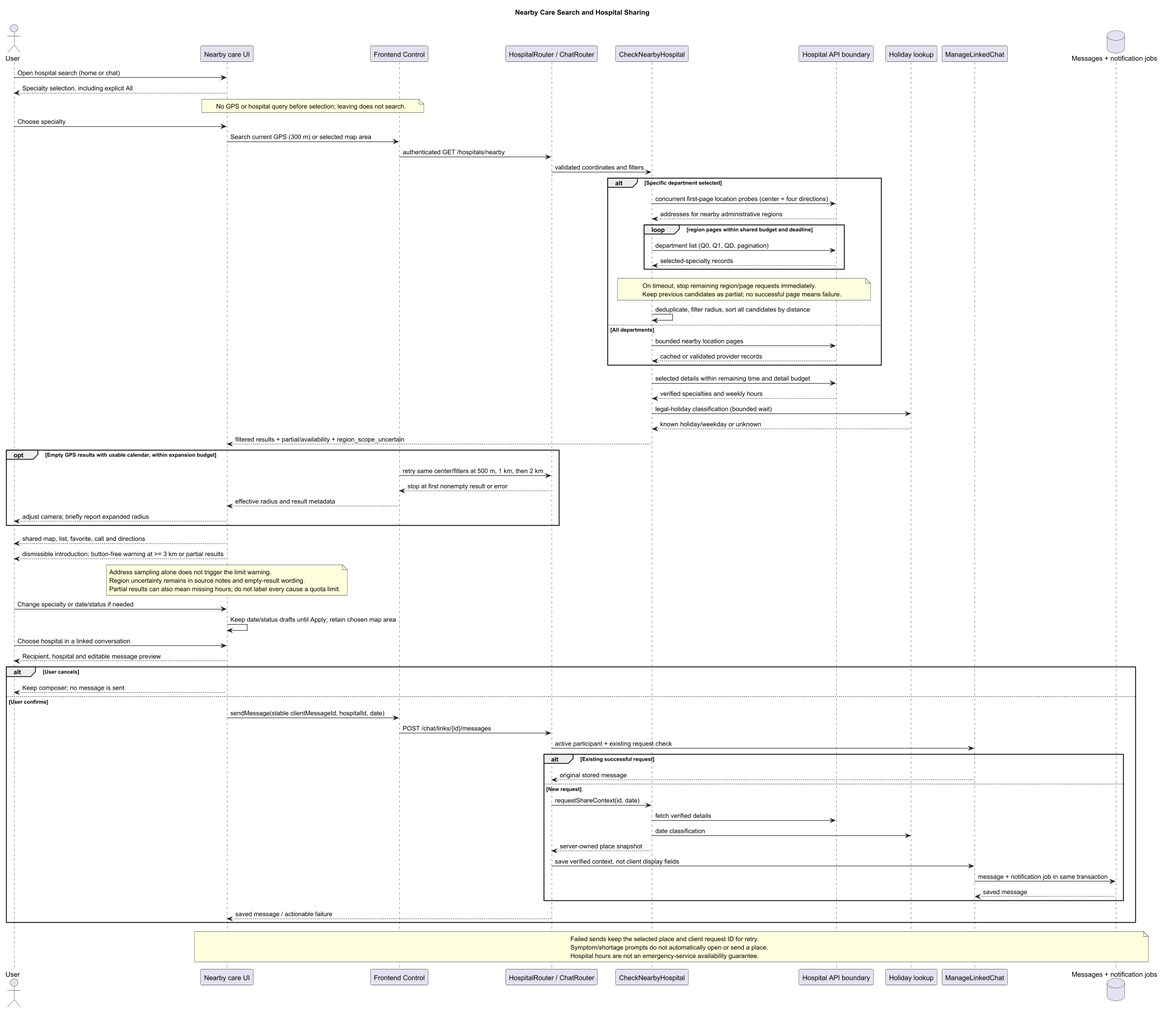
This is docs/UML/sequence/NearbyCareSharing.png from 1window2/MedBuddy, a PlantUML export, as it was before one commit.
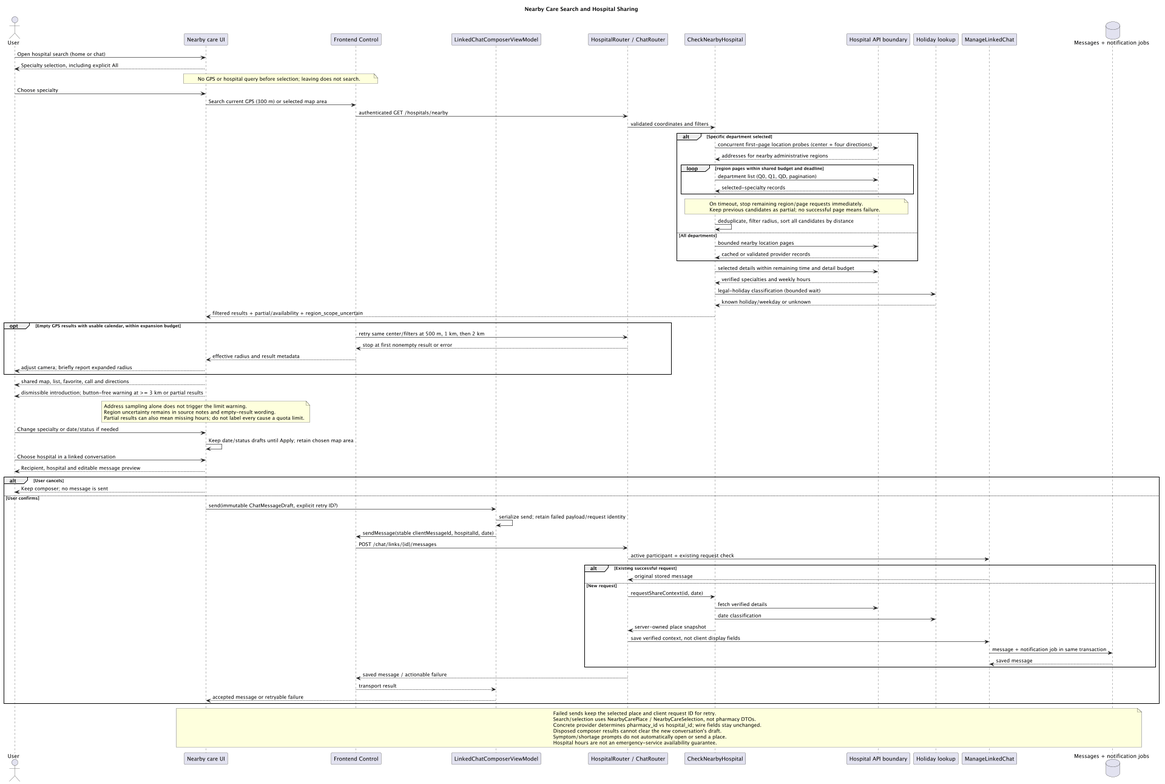
Later version of the same file.

Change to the diagram source:
```diff
@@ -6,6 +6,7 @@
 actor User
 participant "Nearby care UI" as UI
 participant "Frontend Control" as FC
+participant "LinkedChatComposerViewModel" as Composer
 participant "HospitalRouter / ChatRouter" as API
 participant "CheckNearbyHospital" as HC
 participant "Hospital API boundary" as HB
@@ -64,7 +65,9 @@
 alt User cancels
   UI --> User : Keep composer; no message is sent
 else User confirms
-  UI -> FC : sendMessage(stable clientMessageId, hospitalId, date)
+  UI -> Composer : send(immutable ChatMessageDraft, explicit retry ID?)
+  Composer -> Composer : serialize send; retain failed payload/request identity
+  Composer -> FC : sendMessage(stable clientMessageId, hospitalId, date)
   FC -> API : POST /chat/links/{id}/messages
   API -> Chat : active participant + existing request check
   alt Existing successful request
@@ -78,10 +81,15 @@
     Chat -> DB : message + notification job in same transaction
     DB --> Chat : saved message
   end
-  API --> UI : saved message / actionable failure
+  API --> FC : saved message / actionable failure
+  FC --> Composer : transport result
+  Composer --> UI : accepted message or retryable failure
 end
 note over UI,DB
   Failed sends keep the selected place and client request ID for retry.
+  Search/selection uses NearbyCarePlace / NearbyCareSelection, not pharmacy DTOs.
+  Concrete provider determines pharmacy_id vs hospital_id; wire fields stay unchanged.
+  Disposed composer results cannot clear the new conversation's draft.
   Symptom/shortage prompts do not automatically open or send a place.
   Hospital hours are not an emergency-service availability guarantee.
 end note
```
